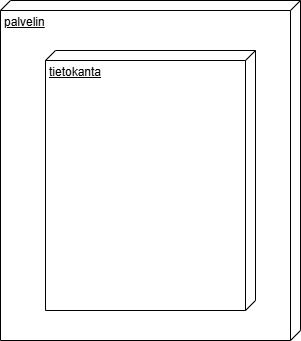
Above: Nimetön kaavio.drawio.png in Migi2422/olio-ohjelmointi25 (draw.io), before the change. Source tidied: cells renumbered, new cells last; positions are measured from the earlier drawing's top-left corner, leaving out a move shared by most shapes. Source of this version:
```xml
<mxGraphModel>
  <root>
    <mxCell id="0" />
    <mxCell id="1" parent="0" />
    <mxCell id="2" value="palvelin" style="verticalAlign=top;align=left;spacingTop=8;spacingLeft=2;spacingRight=12;shape=cube;size=10;direction=south;fontStyle=4;html=1;whiteSpace=wrap;" parent="1" vertex="1">
      <mxGeometry width="300" height="340" as="geometry" />
    </mxCell>
    <mxCell id="3" value="tietokanta" style="verticalAlign=top;align=left;spacingTop=8;spacingLeft=2;spacingRight=12;shape=cube;size=10;direction=south;fontStyle=4;html=1;whiteSpace=wrap;" parent="1" vertex="1">
      <mxGeometry x="45" y="50" width="210" height="260" as="geometry" />
    </mxCell>
  </root>
</mxGraphModel>
```
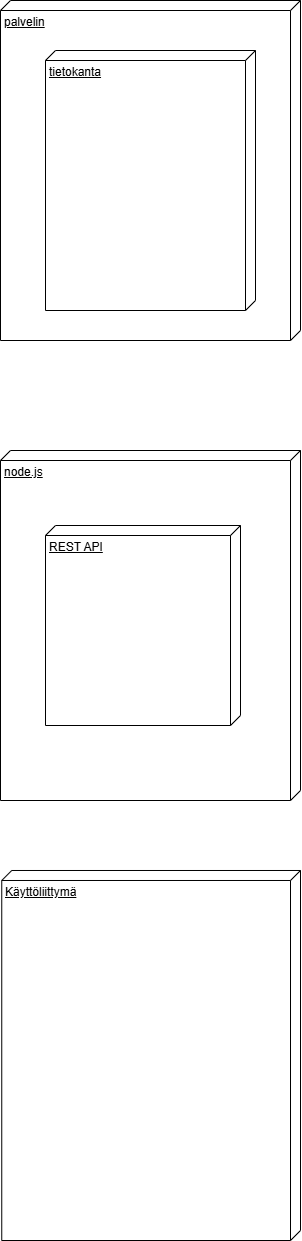
Later version of the same file.

Diff of the diagram source:
```diff
@@ -8,5 +8,14 @@
     <mxCell id="3" value="tietokanta" style="verticalAlign=top;align=left;spacingTop=8;spacingLeft=2;spacingRight=12;shape=cube;size=10;direction=south;fontStyle=4;html=1;whiteSpace=wrap;" parent="1" vertex="1">
       <mxGeometry x="45" y="50" width="210" height="260" as="geometry" />
     </mxCell>
+    <mxCell id="4" value="node.js" style="verticalAlign=top;align=left;spacingTop=8;spacingLeft=2;spacingRight=12;shape=cube;size=10;direction=south;fontStyle=4;html=1;whiteSpace=wrap;" parent="1" vertex="1">
+      <mxGeometry y="450" width="300" height="350" as="geometry" />
+    </mxCell>
+    <mxCell id="5" value="REST API" style="verticalAlign=top;align=left;spacingTop=8;spacingLeft=2;spacingRight=12;shape=cube;size=10;direction=south;fontStyle=4;html=1;whiteSpace=wrap;" parent="1" vertex="1">
+      <mxGeometry x="45" y="525" width="195" height="200" as="geometry" />
+    </mxCell>
+    <mxCell id="6" value="Käyttöliittymä" style="verticalAlign=top;align=left;spacingTop=8;spacingLeft=2;spacingRight=12;shape=cube;size=10;direction=south;fontStyle=4;html=1;whiteSpace=wrap;" parent="1" vertex="1">
+      <mxGeometry x="1.2" y="870" width="298.8" height="370" as="geometry" />
+    </mxCell>
   </root>
 </mxGraphModel>
```
